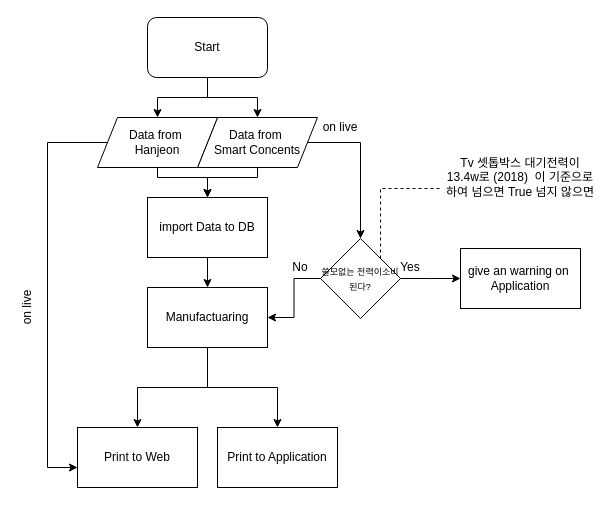
This is page "Page-1" (1 of 2) of Untitled Diagram.drawio from lot8229/Kdn-Algorithm, a draw.io file, before an edit. Source tidied: cells renumbered, new cells numbered last; positions are measured from the earlier drawing's top-left corner, leaving out a move shared by most shapes. Both pictures are drawn from the tidied source at 100%, with x=0, y=0 at pixel (-23, 17).
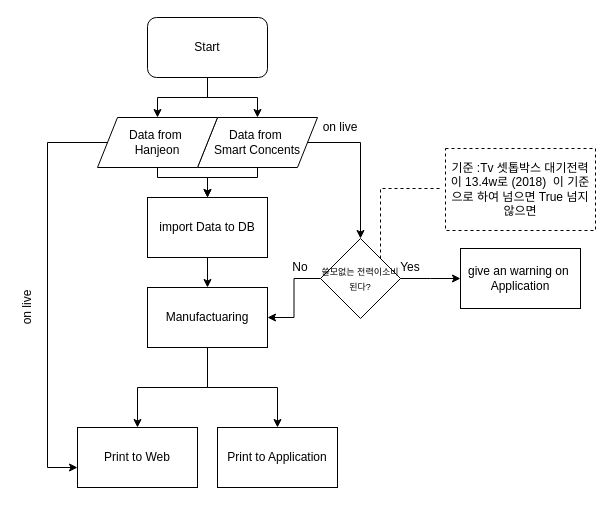
The same diagram, later.

Commit message:
스마트 콘센트 알고리즘.draw.io

The edit, as a diff of the source:
```diff
@@
-    <mxCell id="27" value="Tv 셋톱박스 대기전력이 13.4w로 (2018)&amp;nbsp; 이 기준으로 하여 넘으면 True 넘지 않으면" style="text;html=1;strokeColor=none;fillColor=none;align=center;verticalAlign=middle;whiteSpace=wrap;rounded=0;" parent="1" vertex="1">
-      <mxGeometry x="468" y="79" width="150" height="161" as="geometry" />
+    <mxCell id="27" value="기준 :Tv 셋톱박스 대기전력이 13.4w로 (2018)&amp;nbsp; 이 기준으로 하여 넘으면 True 넘지 않으면" style="text;html=1;fillColor=none;align=center;verticalAlign=middle;whiteSpace=wrap;rounded=0;strokeColor=#000000;dashed=1;" parent="1" vertex="1">
+      <mxGeometry x="468" y="131" width="150" height="82" as="geometry" />
     </mxCell>
```
